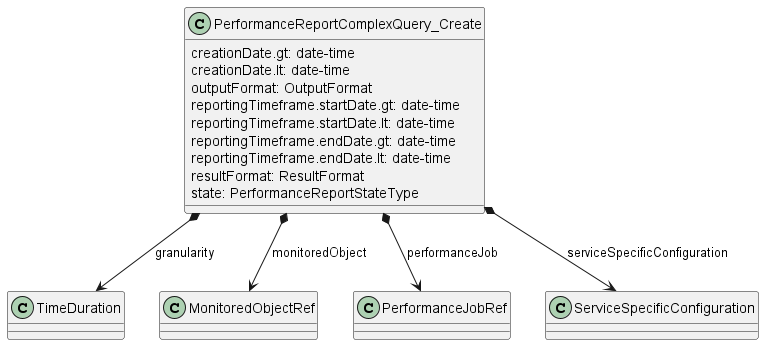
Above: documentation/serviceApi/pm/performance/media/performanceReportComplexQueryModel.png in MEF-GIT/MEF-LSO-Legato-SDK (PlantUML), before the change.
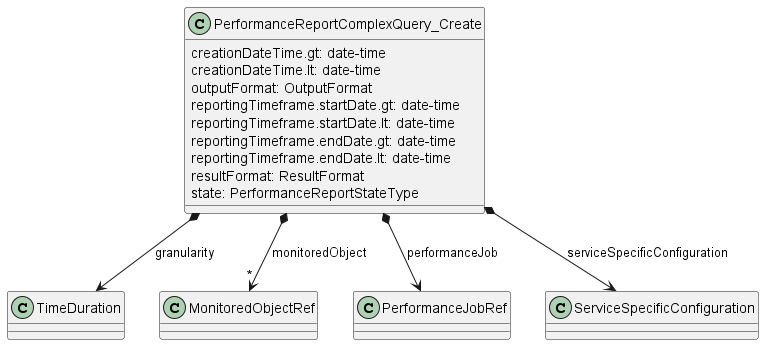
After the change.

What changed in the source:
```diff
@@ -1,9 +1,8 @@
 @startuml performanceReportComplexQueryModel
 
 class PerformanceReportComplexQuery_Create {
-
-    creationDate.gt: date-time
-    creationDate.lt: date-time
+    creationDateTime.gt: date-time
+    creationDateTime.lt: date-time
     outputFormat: OutputFormat
     reportingTimeframe.startDate.gt: date-time
     reportingTimeframe.startDate.lt: date-time
@@ -14,9 +13,8 @@
 }
 
 PerformanceReportComplexQuery_Create *--> TimeDuration : granularity
-PerformanceReportComplexQuery_Create *--> MonitoredObjectRef : monitoredObject
+PerformanceReportComplexQuery_Create *--> "*" MonitoredObjectRef : monitoredObject
 PerformanceReportComplexQuery_Create *--> PerformanceJobRef : performanceJob
 PerformanceReportComplexQuery_Create *--> ServiceSpecificConfiguration : serviceSpecificConfiguration
 
-
 @enduml
```
